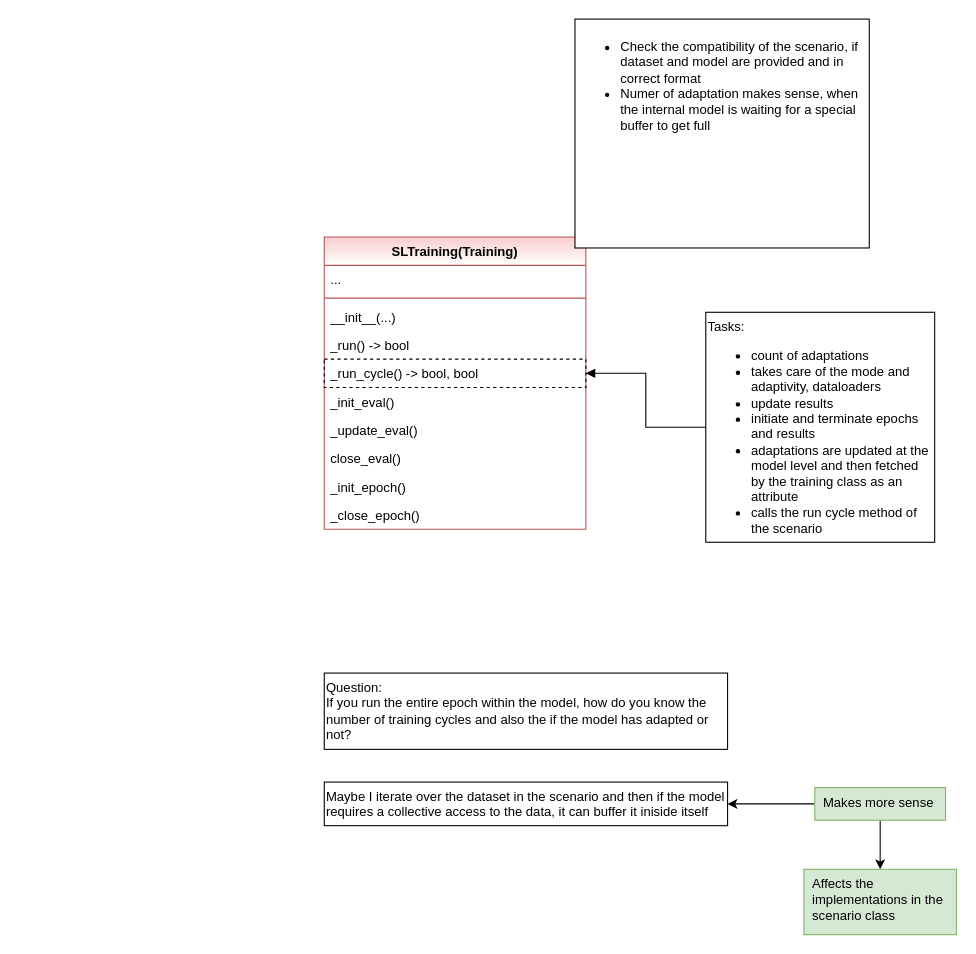
This is page "Training" (3 of 4) of doc/rtd/content/04_appendices/appendix2/sub/core/mlpro_sl/images/Supervised learning.drawio from fhswf/MLPro, a draw.io file, before an edit. Source tidied: cells renumbered, new cells numbered last; positions are measured from the earlier drawing's top-left corner, leaving out a move shared by most shapes. Both pictures are drawn from the tidied source at 109%, with x=0, y=0 at pixel (324, 19).
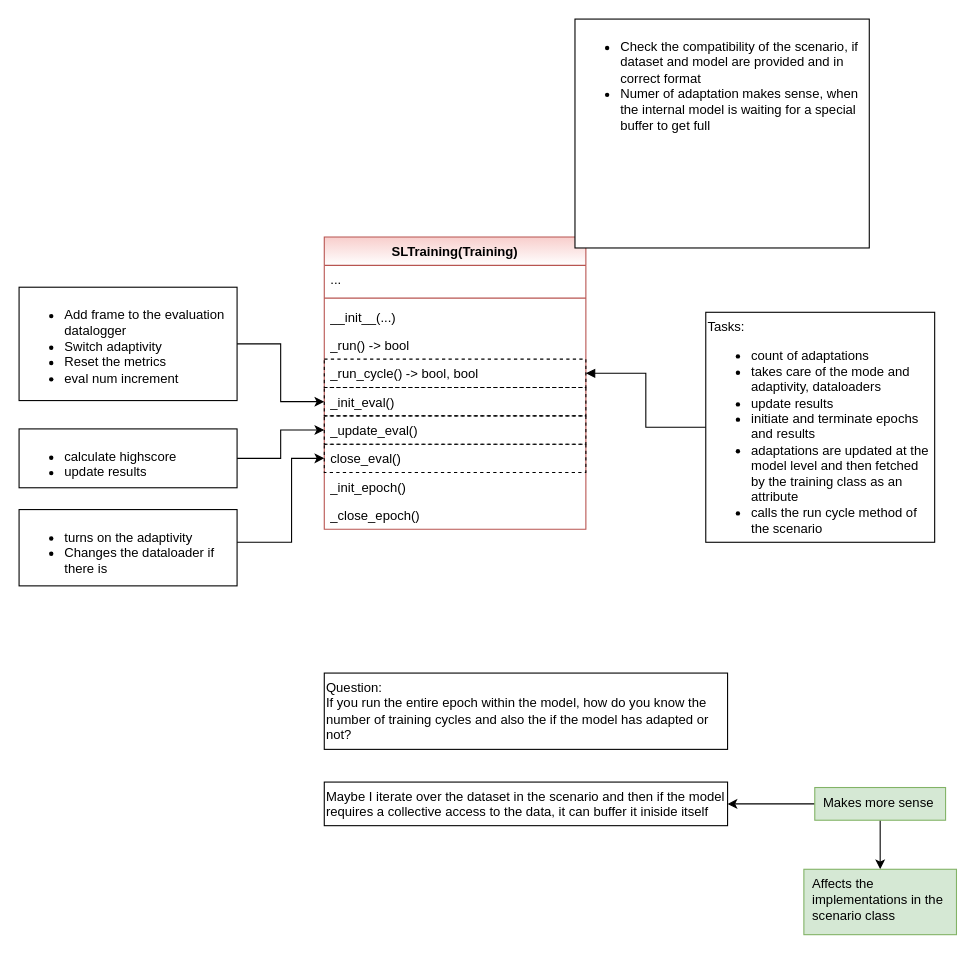
The same page after the edit.

Unchanged cells that the change refers to:
```xml
<mxCell id="2" value="SLTraining(Training)" style="swimlane;fontStyle=1;align=center;verticalAlign=top;horizontal=1;startSize=26;fillColor=#f8cecc;strokeColor=#b85450;gradientColor=#FFFFFF;" parent="1" vertex="1">
  <mxGeometry y="200" width="240" height="268" as="geometry" />
</mxCell>
```

Diff of the diagram source:
```diff
@@
-    <mxCell id="8" value="_init_eval()" style="text;strokeColor=none;fillColor=none;align=left;verticalAlign=top;spacingLeft=4;spacingRight=4;overflow=hidden;points=[[0,0.5],[1,0.5]];portConstraint=eastwest;" parent="2" vertex="1">
+    <mxCell id="8" value="_init_eval()" style="text;strokeColor=default;fillColor=none;align=left;verticalAlign=top;spacingLeft=4;spacingRight=4;overflow=hidden;points=[[0,0.5],[1,0.5]];portConstraint=eastwest;dashed=1;" parent="2" vertex="1">
       <mxGeometry y="138" width="240" height="26" as="geometry" />
     </mxCell>
-    <mxCell id="9" value="_update_eval()" style="text;strokeColor=none;fillColor=none;align=left;verticalAlign=top;spacingLeft=4;spacingRight=4;overflow=hidden;points=[[0,0.5],[1,0.5]];portConstraint=eastwest;" parent="2" vertex="1">
+    <mxCell id="9" value="_update_eval()" style="text;strokeColor=default;fillColor=none;align=left;verticalAlign=top;spacingLeft=4;spacingRight=4;overflow=hidden;points=[[0,0.5],[1,0.5]];portConstraint=eastwest;dashed=1;" parent="2" vertex="1">
       <mxGeometry y="164" width="240" height="26" as="geometry" />
     </mxCell>
-    <mxCell id="10" value="close_eval()" style="text;strokeColor=none;fillColor=none;align=left;verticalAlign=top;spacingLeft=4;spacingRight=4;overflow=hidden;points=[[0,0.5],[1,0.5]];portConstraint=eastwest;" parent="2" vertex="1">
+    <mxCell id="10" value="close_eval()" style="text;strokeColor=default;fillColor=none;align=left;verticalAlign=top;spacingLeft=4;spacingRight=4;overflow=hidden;points=[[0,0.5],[1,0.5]];portConstraint=eastwest;dashed=1;" parent="2" vertex="1">
       <mxGeometry y="190" width="240" height="26" as="geometry" />
     </mxCell>
@@
+    <mxCell id="22" style="edgeStyle=orthogonalEdgeStyle;rounded=0;jettySize=auto;html=1;" parent="1" edge="1" source="23" target="8">
+      <mxGeometry relative="1" as="geometry" />
+    </mxCell>
+    <mxCell id="23" value="&lt;ul&gt;&lt;li&gt;Add frame to the evaluation datalogger&lt;/li&gt;&lt;li&gt;Switch adaptivity&lt;/li&gt;&lt;li&gt;Reset the metrics&lt;/li&gt;&lt;li&gt;eval num increment&lt;/li&gt;&lt;/ul&gt;" style="rounded=0;whiteSpace=wrap;html=1;strokeColor=default;fontColor=default;gradientColor=#FFFFFF;verticalAlign=top;align=left;" parent="1" vertex="1">
+      <mxGeometry x="-280" y="246" width="200" height="104" as="geometry" />
+    </mxCell>
+    <mxCell id="24" style="edgeStyle=orthogonalEdgeStyle;rounded=0;jettySize=auto;html=1;" parent="1" edge="1" source="25" target="9">
+      <mxGeometry relative="1" as="geometry" />
+    </mxCell>
+    <mxCell id="25" value="&lt;ul&gt;&lt;li&gt;calculate highscore&lt;/li&gt;&lt;li&gt;update results&lt;/li&gt;&lt;/ul&gt;" style="rounded=0;whiteSpace=wrap;html=1;strokeColor=default;fontColor=default;gradientColor=#FFFFFF;verticalAlign=top;align=left;" parent="1" vertex="1">
+      <mxGeometry x="-280" y="376" width="200" height="54" as="geometry" />
+    </mxCell>
+    <mxCell id="26" style="edgeStyle=orthogonalEdgeStyle;rounded=0;jettySize=auto;html=1;" parent="1" edge="1" source="27" target="10">
+      <mxGeometry relative="1" as="geometry">
+        <Array as="points">
+          <mxPoint x="-30" y="480" />
+          <mxPoint x="-30" y="403" />
+        </Array>
+      </mxGeometry>
+    </mxCell>
+    <mxCell id="27" value="&lt;ul&gt;&lt;li&gt;turns on the adaptivity&lt;/li&gt;&lt;li&gt;Changes the dataloader if there is&lt;/li&gt;&lt;/ul&gt;" style="rounded=0;whiteSpace=wrap;html=1;strokeColor=default;fontColor=default;gradientColor=#FFFFFF;verticalAlign=top;align=left;" parent="1" vertex="1">
+      <mxGeometry x="-280" y="450" width="200" height="70" as="geometry" />
+    </mxCell>
```
